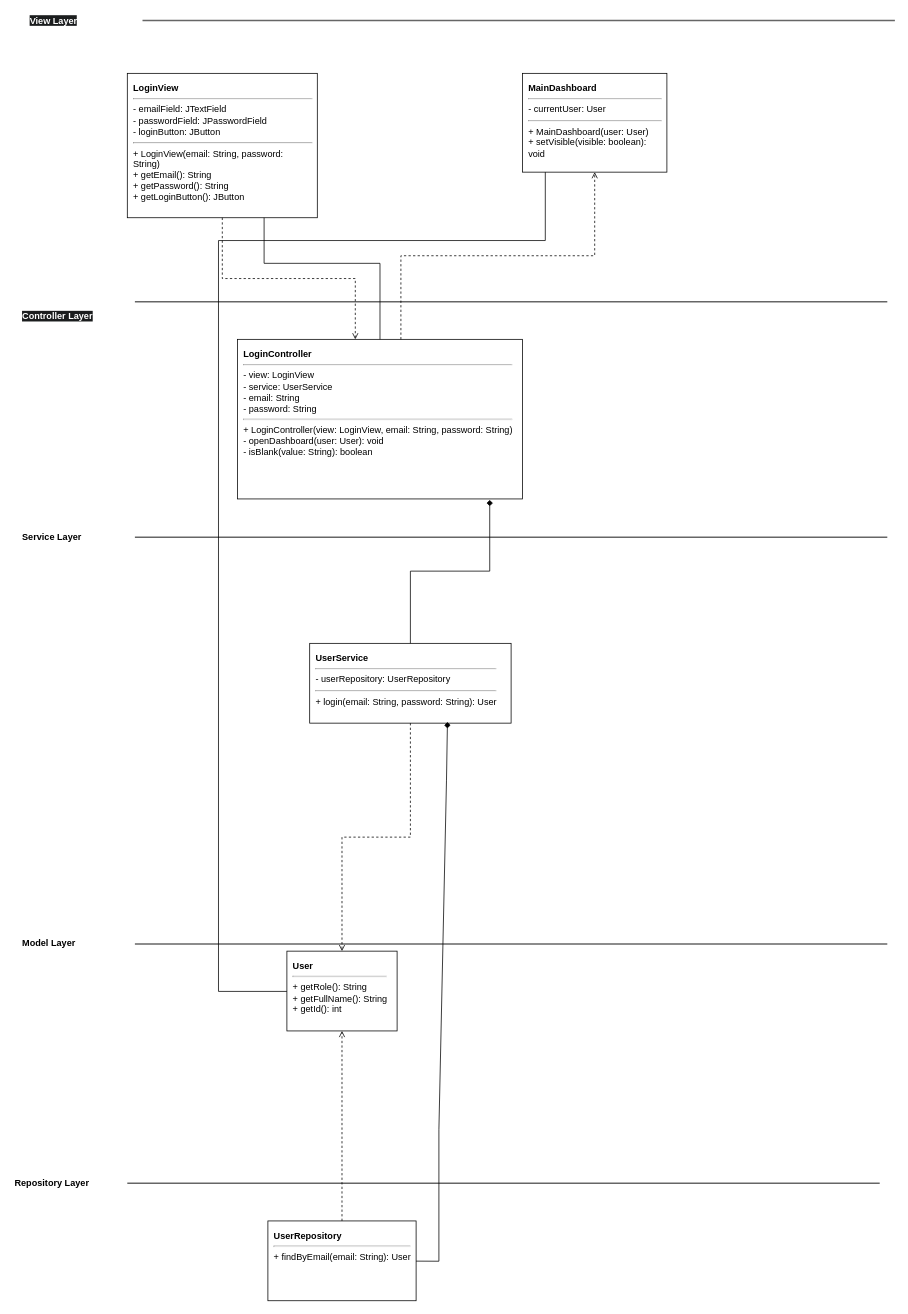
This is TEC-SIS/class diagram v2.drawio from shanuka-saranga/Java-mini-project, a draw.io file, before an edit. Source tidied: cells renumbered, new cells numbered last; positions are measured from the earlier drawing's top-left corner, leaving out a move shared by most shapes. Both pictures are drawn from the tidied source at 76%, with x=0, y=0 at pixel (13, 12).
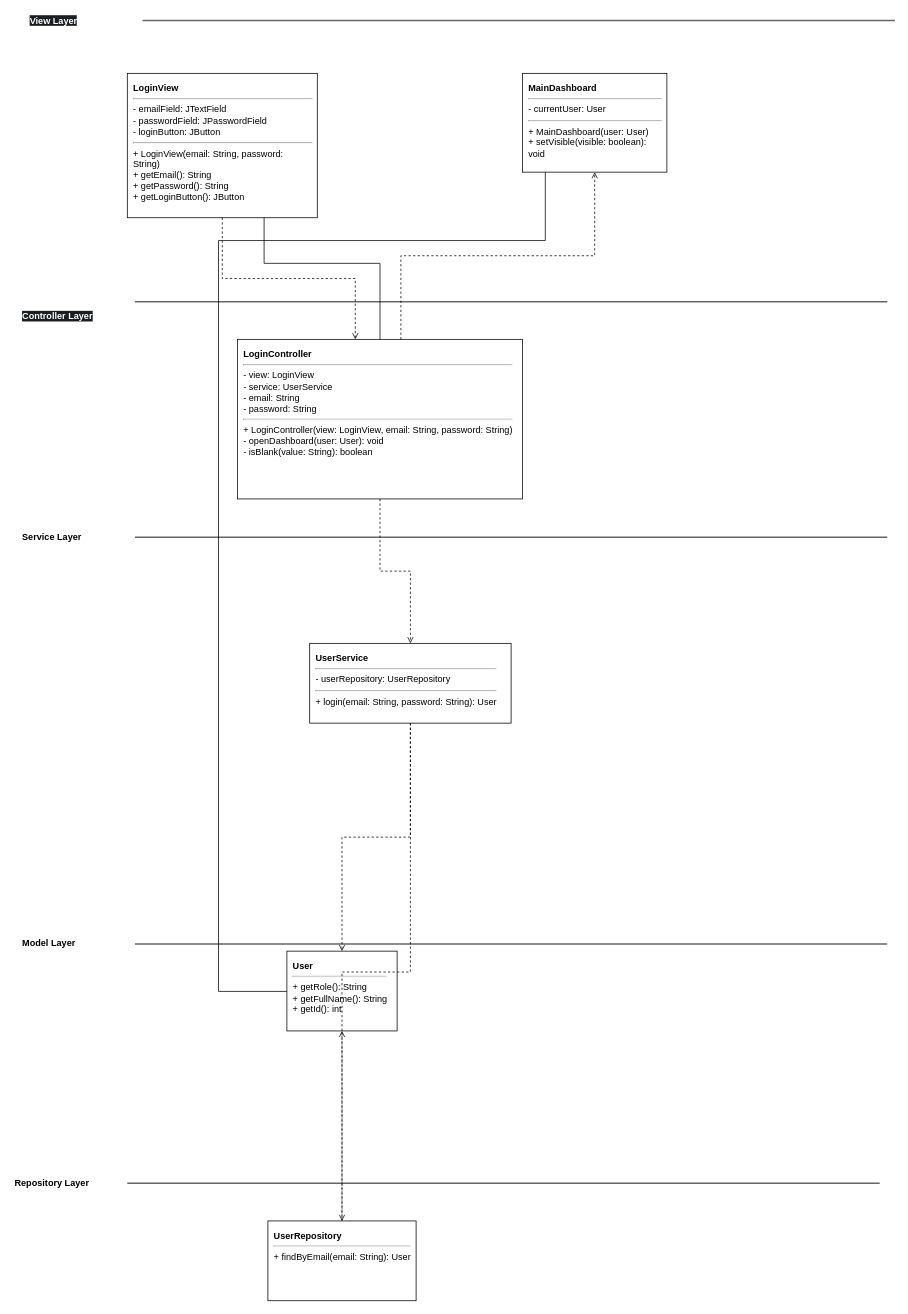
The same diagram, later.

Unchanged cells that the change refers to:
```xml
<mxCell id="13" value="&lt;b&gt;LoginController&lt;/b&gt;&lt;hr/&gt;- view: LoginView&lt;br/&gt;- service: UserService&lt;br/&gt;- email: String&lt;br/&gt;- password: String&lt;hr/&gt;+ LoginController(view: LoginView, email: String, password: String)&lt;br/&gt;- openDashboard(user: User): void&lt;br/&gt;- isBlank(value: String): boolean" style="rounded=0;whiteSpace=wrap;html=1;align=left;verticalAlign=top;spacing=8;" parent="1" vertex="1">
  <mxGeometry x="295" y="430" width="375" height="210" as="geometry" />
</mxCell>
<mxCell id="14" value="&lt;b&gt;UserService&lt;/b&gt;&lt;hr/&gt;- userRepository: UserRepository&lt;hr/&gt;+ login(email: String, password: String): User" style="rounded=0;whiteSpace=wrap;html=1;align=left;verticalAlign=top;spacing=8;" parent="1" vertex="1">
  <mxGeometry x="390" y="830" width="265" height="105" as="geometry" />
</mxCell>
<mxCell id="15" value="&lt;b&gt;UserRepository&lt;/b&gt;&lt;hr/&gt;+ findByEmail(email: String): User" style="rounded=0;whiteSpace=wrap;html=1;align=left;verticalAlign=top;spacing=8;" parent="1" vertex="1">
  <mxGeometry x="335" y="1590" width="195" height="105" as="geometry" />
</mxCell>
```

The edit, as a diff of the source:
```diff
@@
-    <mxCell id="18" style="edgeStyle=orthogonalEdgeStyle;jettySize=auto;html=1;rounded=0;startArrow=diamond;startFill=1;endArrow=none;exitX=0.885;exitY=1.006;exitDx=0;exitDy=0;exitPerimeter=0;" parent="1" edge="1" source="13" target="14">
+    <mxCell id="18" style="edgeStyle=orthogonalEdgeStyle;jettySize=auto;html=1;rounded=0;dashed=1;endArrow=open;endFill=0;" parent="1" edge="1" source="13" target="14">
       <mxGeometry relative="1" as="geometry" />
     </mxCell>
-    <mxCell id="19" style="html=1;rounded=0;startArrow=diamond;startFill=1;endArrow=none;exitX=0.684;exitY=0.986;exitDx=0;exitDy=0;exitPerimeter=0;" parent="1" edge="1" source="14" target="15">
-      <mxGeometry relative="1" as="geometry">
-        <Array as="points">
-          <mxPoint x="570" y="1010" />
-          <mxPoint x="560" y="1470" />
-          <mxPoint x="560" y="1643" />
-        </Array>
-      </mxGeometry>
+    <mxCell id="19" style="edgeStyle=orthogonalEdgeStyle;jettySize=auto;html=1;rounded=0;dashed=1;endArrow=open;endFill=0;" parent="1" edge="1" source="14" target="15">
+      <mxGeometry relative="1" as="geometry" />
     </mxCell>
```
